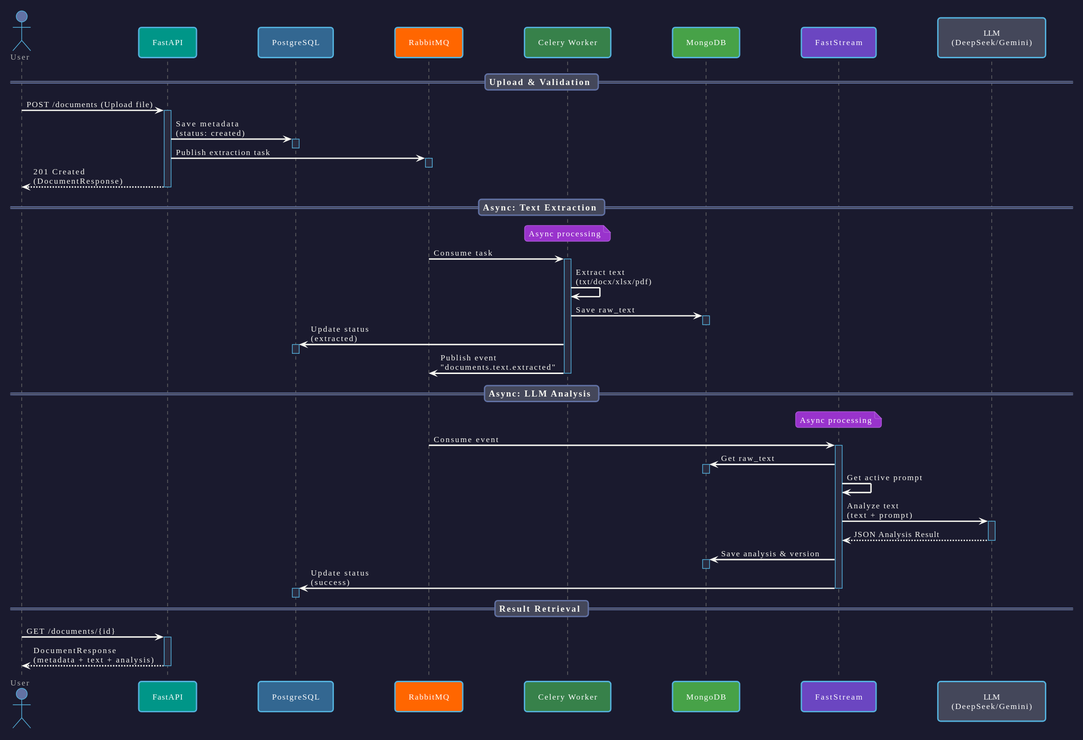
This is docs/images/sequence.svg from SadLaboka/DocMind, a PlantUML export, as it was before one commit.
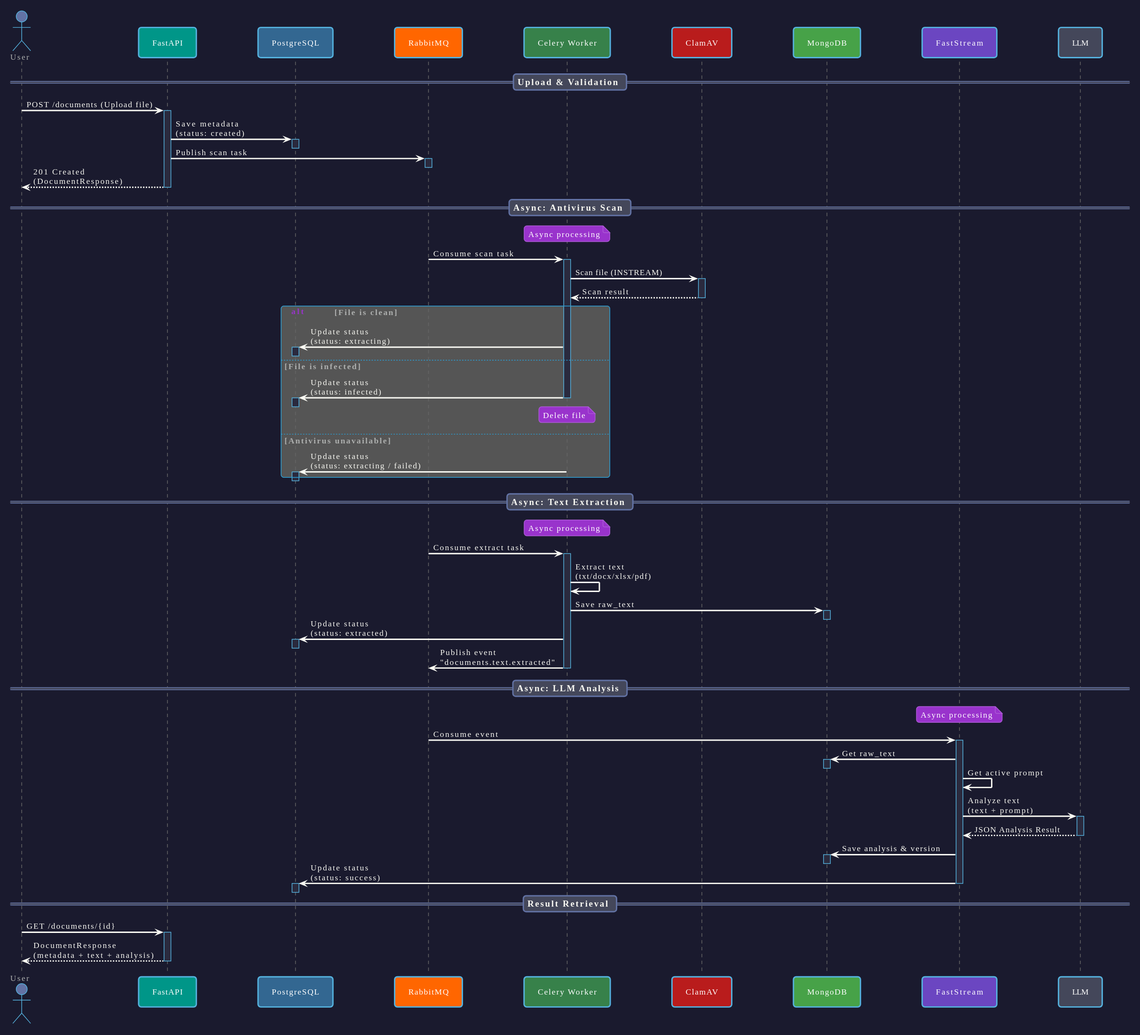
Later version of the same file.

What changed in the source:
```diff
@@ -1,6 +1,5 @@
 @startuml
 !theme cyborg
-
 skinparam backgroundColor #1A1A2E
 skinparam shadowing false
 skinparam roundcorner 8
@@ -12,20 +11,16 @@
   ArrowColor #F8F8F2
   ArrowFontColor #F8F8F2
   ArrowFontSize 12
-
   LifeLineBorderColor #666666
   LifeLineBackgroundColor #2A2A3E
-
   BoxBorderColor #44475A
   BoxBackgroundColor #282A36
   BoxFontColor #F8F8F2
   BoxFontSize 12
-
   NoteBorderColor #FFB86C
   NoteBackgroundColor #44475A
   NoteFontColor #F8F8F2
   NoteFontSize 11
-
   DividerBorderColor #6272A4
   DividerBackgroundColor #44475A
   DividerFontColor #F8F8F2
@@ -37,43 +32,64 @@
 participant "PostgreSQL" as PG #336791
 participant "RabbitMQ" as RMQ #FF6600
 participant "Celery Worker" as Worker #37814A
+participant "ClamAV" as AV #B91C1C
 participant "MongoDB" as Mongo #47A248
 participant "FastStream" as Stream #6B46C1
-participant "LLM\n(DeepSeek/Gemini)" as LLM #44475A
+participant "LLM" as LLM #44475A
 
 == Upload & Validation ==
-
 User -> API: POST /documents (Upload file)
 activate API
 API -> PG: Save metadata\n(status: created)
 activate PG
 deactivate PG
-API -> RMQ: Publish extraction task
+API -> RMQ: Publish scan task
 activate RMQ
 deactivate RMQ
 API --> User: 201 Created\n(DocumentResponse)
 deactivate API
 
+== Async: Antivirus Scan ==
+note over Worker: Async processing
+RMQ -> Worker: Consume scan task
+activate Worker
+Worker -> AV: Scan file (INSTREAM)
+activate AV
+AV --> Worker: Scan result
+deactivate AV
+
+alt File is clean
+  Worker -> PG: Update status\n(status: extracting)
+  activate PG
+  deactivate PG
+else File is infected
+  Worker -> PG: Update status\n(status: infected)
+  activate PG
+  deactivate PG
+  note over Worker: Delete file
+  deactivate Worker
+else Antivirus unavailable
+  Worker -> PG: Update status\n(status: extracting / failed)
+  activate PG
+  deactivate PG
+end
+
 == Async: Text Extraction ==
-
 note over Worker: Async processing
-
-RMQ -> Worker: Consume task
+RMQ -> Worker: Consume extract task
 activate Worker
 Worker -> Worker: Extract text\n(txt/docx/xlsx/pdf)
 Worker -> Mongo: Save raw_text
 activate Mongo
 deactivate Mongo
-Worker -> PG: Update status\n(extracted)
+Worker -> PG: Update status\n(status: extracted)
 activate PG
 deactivate PG
 Worker -> RMQ: Publish event\n"documents.text.extracted"
 deactivate Worker
 
 == Async: LLM Analysis ==
-
 note over Stream: Async processing
-
 RMQ -> Stream: Consume event
 activate Stream
 Stream -> Mongo: Get raw_text
@@ -87,13 +103,12 @@
 Stream -> Mongo: Save analysis & version
 activate Mongo
 deactivate Mongo
-Stream -> PG: Update status\n(success)
+Stream -> PG: Update status\n(status: success)
 activate PG
 deactivate PG
 deactivate Stream
 
 == Result Retrieval ==
-
 User -> API: GET /documents/{id}
 activate API
 API --> User: DocumentResponse\n(metadata + text + analysis)
```
